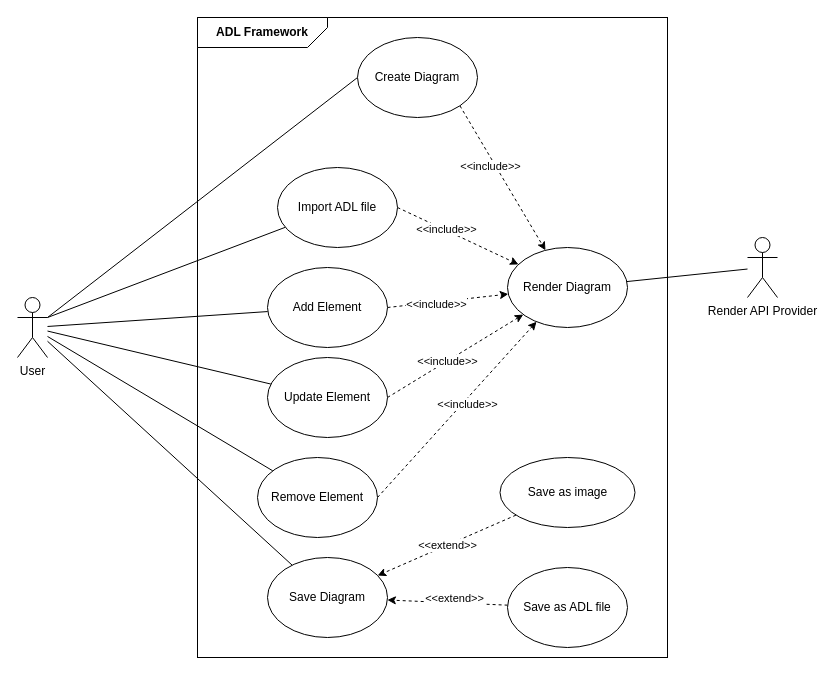
Above: UseCase.drawio in phunm211/SW-Associate-Architecture (draw.io), before the change. Source tidied: cells renumbered, new cells numbered last; positions are measured from the earlier drawing's top-left corner, leaving out a move shared by most shapes. Both pictures are drawn from the tidied source at 100%, with x=0, y=0 at pixel (17, -33).
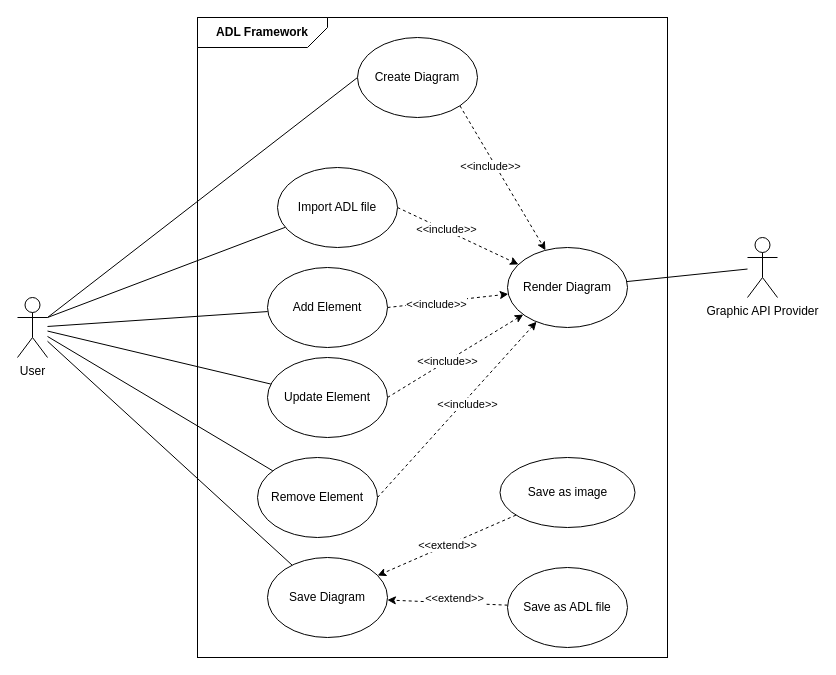
The same page after the edit.

Change to the diagram source:
```diff
@@
-    <mxCell id="34" value="Render API Provider" style="shape=umlActor;verticalLabelPosition=bottom;verticalAlign=top;html=1;outlineConnect=0;" parent="1" vertex="1">
+    <mxCell id="34" value="Graphic API Provider" style="shape=umlActor;verticalLabelPosition=bottom;verticalAlign=top;html=1;outlineConnect=0;" parent="1" vertex="1">
       <mxGeometry x="730" y="270" width="30" height="60" as="geometry" />
     </mxCell>
```
